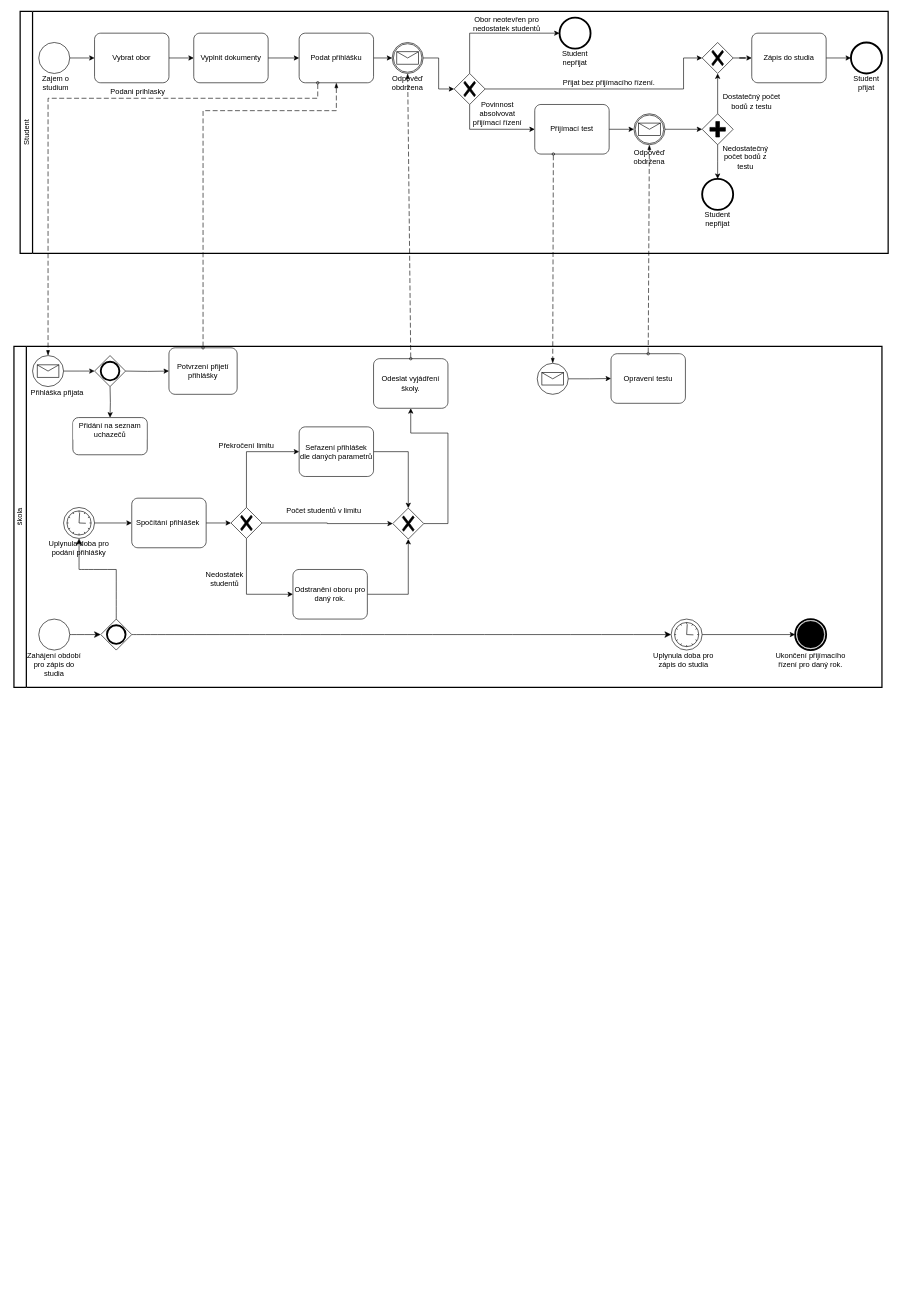
This is Process/Process.drawio from KristyFromEarth/UML, a draw.io file, before an edit. Source tidied: cells renumbered, new cells numbered last; positions are measured from the earlier drawing's top-left corner, leaving out a move shared by most shapes. Both pictures are drawn from the tidied source at 62%, with x=0, y=0 at pixel (1, 11).
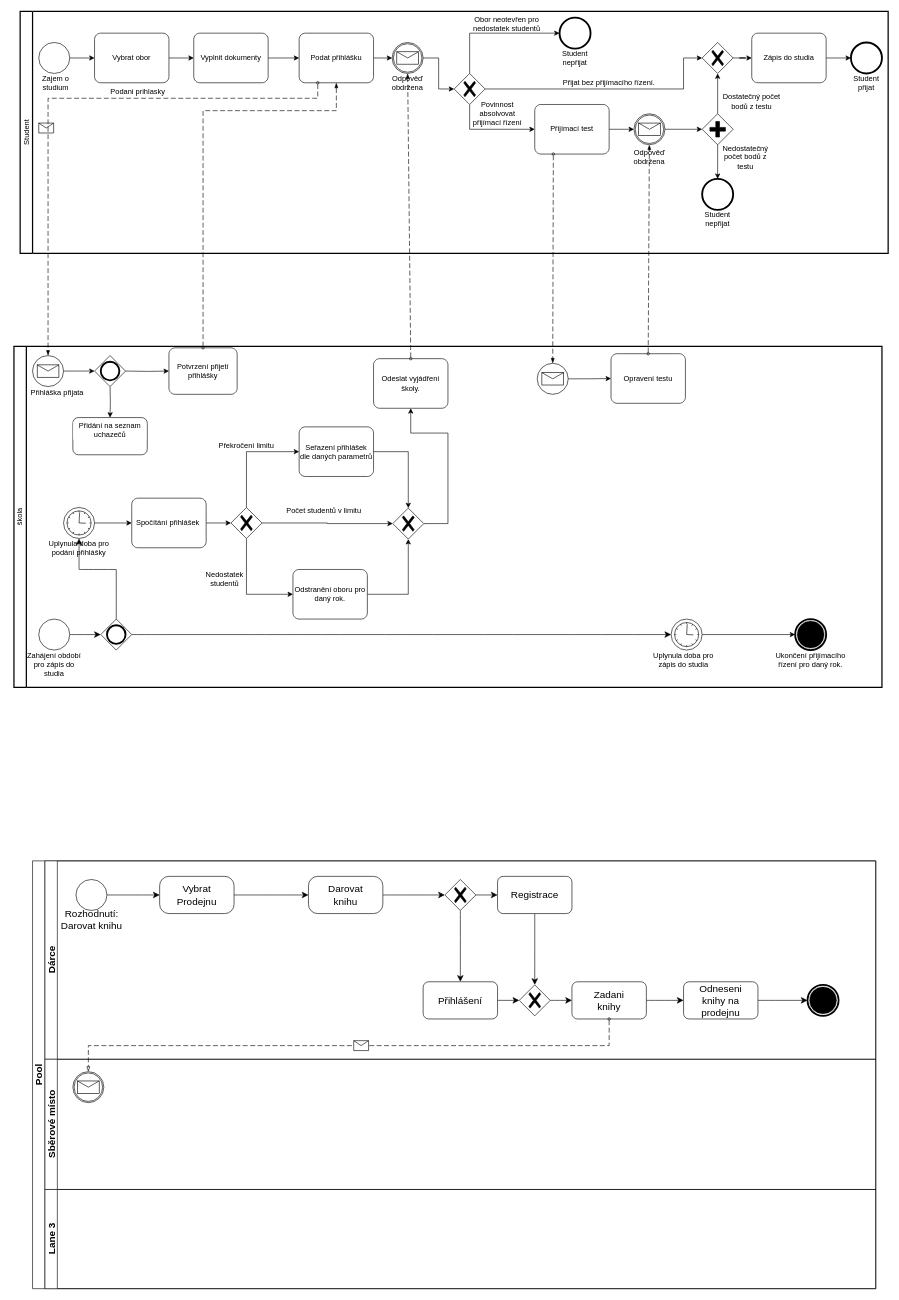
The same diagram, later.

Commit message:
Zacatek druheho ukolu Process.drawio

The change refers to these unchanged cells:
```xml
<mxCell id="2" style="swimlane;html=1;startSize=20;fontStyle=0;horizontal=0;swimlaneLine=1;swimlaneFillColor=#ffffff;strokeWidth=2;whiteSpace=wrap;" parent="1" vertex="1">
  <mxGeometry x="30" width="1400" height="390" as="geometry" />
</mxCell>
<mxCell id="13" value="Podat přihlášku" style="points=[[0.25,0,0],[0.5,0,0],[0.75,0,0],[1,0.25,0],[1,0.5,0],[1,0.75,0],[0.75,1,0],[0.5,1,0],[0.25,1,0],[0,0.75,0],[0,0.5,0],[0,0.25,0]];shape=mxgraph.bpmn.task;whiteSpace=wrap;rectStyle=rounded;size=10;html=1;taskMarker=abstract;" parent="2" vertex="1">
  <mxGeometry x="450" y="35" width="120" height="80" as="geometry" />
</mxCell>
<mxCell id="46" style="points=[[0.145,0.145,0],[0.5,0,0],[0.855,0.145,0],[1,0.5,0],[0.855,0.855,0],[0.5,1,0],[0.145,0.855,0],[0,0.5,0]];shape=mxgraph.bpmn.event;html=1;verticalLabelPosition=bottom;labelBackgroundColor=#ffffff;verticalAlign=top;align=center;perimeter=ellipsePerimeter;outlineConnect=0;outline=standard;symbol=message;" parent="44" vertex="1">
  <mxGeometry x="30" y="15" width="50" height="50" as="geometry" />
</mxCell>
```

The edit, as a diff of the source:
```diff
@@
+    <mxCell id="94" style="shape=message;html=1;labelPosition=left;verticalLabelPosition=middle;align=right;verticalAlign=middle;spacingRight=5;labelBackgroundColor=#ffffff;fontSize=16;" parent="2" vertex="1">
+      <mxGeometry x="30" y="180" width="24" height="16" as="geometry" />
+    </mxCell>
@@
-    <mxCell id="90" style="dashed=1;dashPattern=8 4;endArrow=blockThin;endFill=1;startArrow=oval;startFill=0;endSize=6;startSize=4;html=1;rounded=0;exitX=0.25;exitY=1;exitDx=0;exitDy=0;exitPerimeter=0;entryX=0.5;entryY=0;entryDx=0;entryDy=0;entryPerimeter=0;" parent="1" edge="1" source="13" target="46">
+    <mxCell id="90" style="dashed=1;dashPattern=8 4;endArrow=blockThin;endFill=1;startArrow=oval;startFill=0;endSize=6;startSize=4;html=1;rounded=0;entryX=0.5;entryY=0;entryDx=0;entryDy=0;entryPerimeter=0;exitX=0.25;exitY=1;exitDx=0;exitDy=0;exitPerimeter=0;edgeStyle=elbowEdgeStyle;elbow=vertical;" parent="1" edge="1" source="13" target="46">
       <mxGeometry relative="1" as="geometry">
         <Array as="points">
-          <mxPoint x="510" y="140" />
-          <mxPoint x="75" y="140" />
+          <mxPoint x="280" y="140" />
         </Array>
       </mxGeometry>
     </mxCell>
@@
+    <mxCell id="95" value="Pool" style="swimlane;html=1;horizontal=0;startSize=20;whiteSpace=wrap;fontSize=16;" parent="1" vertex="1">
+      <mxGeometry x="50" y="1370" width="1360" height="690" as="geometry" />
+    </mxCell>
+    <mxCell id="96" value="Dárce" style="swimlane;html=1;startSize=20;horizontal=0;fontSize=16;" parent="95" vertex="1">
+      <mxGeometry x="20" width="1340" height="320" as="geometry" />
+    </mxCell>
+    <mxCell id="97" style="edgeStyle=none;curved=1;rounded=0;jettySize=auto;html=1;fontSize=12;startSize=8;endSize=8;" parent="96" edge="1" source="98" target="101">
+      <mxGeometry relative="1" as="geometry" />
+    </mxCell>
+    <mxCell id="98" style="points=[[0.145,0.145,0],[0.5,0,0],[0.855,0.145,0],[1,0.5,0],[0.855,0.855,0],[0.5,1,0],[0.145,0.855,0],[0,0.5,0]];shape=mxgraph.bpmn.event;html=1;verticalLabelPosition=bottom;labelBackgroundColor=#ffffff;verticalAlign=top;align=center;perimeter=ellipsePerimeter;outlineConnect=0;outline=standard;symbol=general;fontSize=16;" parent="96" vertex="1">
+      <mxGeometry x="50" y="30" width="50" height="50" as="geometry" />
+    </mxCell>
+    <mxCell id="99" value="Rozhodnutí:&lt;br&gt;Darovat knihu" style="text;html=1;align=center;verticalAlign=middle;strokeColor=none;fillColor=none;fontSize=16;" parent="96" vertex="1">
+      <mxGeometry x="15" y="70" width="120" height="50" as="geometry" />
+    </mxCell>
+    <mxCell id="100" style="edgeStyle=none;curved=1;rounded=0;jettySize=auto;html=1;fontSize=12;startSize=8;endSize=8;" parent="96" edge="1" source="101" target="113">
+      <mxGeometry relative="1" as="geometry" />
+    </mxCell>
+    <mxCell id="101" style="rounded=1;whiteSpace=wrap;html=1;fontSize=16;verticalAlign=top;labelBackgroundColor=#ffffff;arcSize=25;" parent="96" vertex="1">
+      <mxGeometry x="185" y="25" width="120" height="60" as="geometry" />
+    </mxCell>
+    <mxCell id="102" value="Vybrat Prodejnu" style="text;html=1;strokeColor=none;fillColor=none;align=center;verticalAlign=middle;whiteSpace=wrap;rounded=0;fontSize=16;" parent="96" vertex="1">
+      <mxGeometry x="215" y="40" width="60" height="30" as="geometry" />
+    </mxCell>
+    <mxCell id="103" style="edgeStyle=none;curved=1;rounded=0;jettySize=auto;html=1;fontSize=12;startSize=8;endSize=8;" parent="96" edge="1" source="105" target="107">
+      <mxGeometry relative="1" as="geometry" />
+    </mxCell>
+    <mxCell id="104" style="edgeStyle=none;curved=1;rounded=0;jettySize=auto;html=1;fontSize=12;startSize=8;endSize=8;" parent="96" edge="1" source="105" target="110">
+      <mxGeometry relative="1" as="geometry" />
+    </mxCell>
+    <mxCell id="105" style="points=[[0.25,0.25,0],[0.5,0,0],[0.75,0.25,0],[1,0.5,0],[0.75,0.75,0],[0.5,1,0],[0.25,0.75,0],[0,0.5,0]];shape=mxgraph.bpmn.gateway2;html=1;verticalLabelPosition=bottom;labelBackgroundColor=#ffffff;verticalAlign=top;align=center;perimeter=rhombusPerimeter;outlineConnect=0;outline=none;symbol=none;gwType=exclusive;fontSize=16;" parent="96" vertex="1">
+      <mxGeometry x="645" y="30" width="50" height="50" as="geometry" />
+    </mxCell>
+    <mxCell id="106" style="edgeStyle=none;curved=1;rounded=0;jettySize=auto;html=1;entryX=0.5;entryY=0;entryDx=0;entryDy=0;entryPerimeter=0;fontSize=12;startSize=8;endSize=8;" parent="96" edge="1" source="107" target="116">
+      <mxGeometry relative="1" as="geometry" />
+    </mxCell>
+    <mxCell id="107" style="rounded=1;whiteSpace=wrap;html=1;fontSize=16;verticalAlign=top;labelBackgroundColor=#ffffff;" parent="96" vertex="1">
+      <mxGeometry x="730" y="25" width="120" height="60" as="geometry" />
+    </mxCell>
+    <mxCell id="108" value="Registrace" style="text;strokeColor=none;fillColor=none;html=1;align=center;verticalAlign=middle;whiteSpace=wrap;rounded=0;fontSize=16;" parent="96" vertex="1">
+      <mxGeometry x="760" y="40" width="60" height="30" as="geometry" />
+    </mxCell>
+    <mxCell id="109" style="edgeStyle=none;curved=1;rounded=0;jettySize=auto;html=1;entryX=0;entryY=0.5;entryDx=0;entryDy=0;entryPerimeter=0;fontSize=12;startSize=8;endSize=8;" parent="96" edge="1" source="110" target="116">
+      <mxGeometry relative="1" as="geometry" />
+    </mxCell>
+    <mxCell id="110" style="rounded=1;whiteSpace=wrap;html=1;fontSize=16;verticalAlign=top;labelBackgroundColor=#ffffff;" parent="96" vertex="1">
+      <mxGeometry x="610" y="195" width="120" height="60" as="geometry" />
+    </mxCell>
+    <mxCell id="111" value="Přihlášení" style="text;strokeColor=none;fillColor=none;html=1;align=center;verticalAlign=middle;whiteSpace=wrap;rounded=0;fontSize=16;" parent="96" vertex="1">
+      <mxGeometry x="640" y="215" width="60" height="20" as="geometry" />
+    </mxCell>
+    <mxCell id="112" style="edgeStyle=none;curved=1;rounded=0;jettySize=auto;html=1;entryX=0;entryY=0.5;entryDx=0;entryDy=0;entryPerimeter=0;fontSize=12;startSize=8;endSize=8;" parent="96" edge="1" source="113" target="105">
+      <mxGeometry relative="1" as="geometry" />
+    </mxCell>
+    <mxCell id="113" style="rounded=1;whiteSpace=wrap;html=1;fontSize=16;verticalAlign=top;labelBackgroundColor=#ffffff;arcSize=25;" parent="96" vertex="1">
+      <mxGeometry x="425" y="25" width="120" height="60" as="geometry" />
+    </mxCell>
+    <mxCell id="114" value="Darovat knihu" style="text;strokeColor=none;fillColor=none;html=1;align=center;verticalAlign=middle;whiteSpace=wrap;rounded=0;fontSize=16;" parent="96" vertex="1">
+      <mxGeometry x="455" y="40" width="60" height="30" as="geometry" />
+    </mxCell>
+    <mxCell id="115" style="edgeStyle=none;curved=1;rounded=0;jettySize=auto;html=1;fontSize=12;startSize=8;endSize=8;" parent="96" edge="1" source="116" target="118">
+      <mxGeometry relative="1" as="geometry" />
+    </mxCell>
+    <mxCell id="116" style="points=[[0.25,0.25,0],[0.5,0,0],[0.75,0.25,0],[1,0.5,0],[0.75,0.75,0],[0.5,1,0],[0.25,0.75,0],[0,0.5,0]];shape=mxgraph.bpmn.gateway2;html=1;verticalLabelPosition=bottom;labelBackgroundColor=#ffffff;verticalAlign=top;align=center;perimeter=rhombusPerimeter;outlineConnect=0;outline=none;symbol=none;gwType=exclusive;fontSize=16;" parent="96" vertex="1">
+      <mxGeometry x="765" y="200" width="50" height="50" as="geometry" />
+    </mxCell>
+    <mxCell id="117" style="edgeStyle=none;curved=1;rounded=0;jettySize=auto;html=1;fontSize=12;startSize=8;endSize=8;" parent="96" edge="1" source="118" target="121">
+      <mxGeometry relative="1" as="geometry" />
+    </mxCell>
+    <mxCell id="118" style="rounded=1;whiteSpace=wrap;html=1;fontSize=16;verticalAlign=top;labelBackgroundColor=#ffffff;" parent="96" vertex="1">
+      <mxGeometry x="850" y="195" width="120" height="60" as="geometry" />
+    </mxCell>
+    <mxCell id="119" value="Zadani knihy&lt;br&gt;" style="text;strokeColor=none;fillColor=none;html=1;align=center;verticalAlign=middle;whiteSpace=wrap;rounded=0;fontSize=16;" parent="96" vertex="1">
+      <mxGeometry x="880" y="210" width="60" height="30" as="geometry" />
+    </mxCell>
+    <mxCell id="120" style="edgeStyle=none;curved=1;rounded=0;jettySize=auto;html=1;entryX=0;entryY=0.5;entryDx=0;entryDy=0;entryPerimeter=0;fontSize=12;startSize=8;endSize=8;" parent="96" edge="1" source="121" target="123">
+      <mxGeometry relative="1" as="geometry" />
+    </mxCell>
+    <mxCell id="121" style="rounded=1;whiteSpace=wrap;html=1;fontSize=16;verticalAlign=top;labelBackgroundColor=#ffffff;" parent="96" vertex="1">
+      <mxGeometry x="1030" y="195" width="120" height="60" as="geometry" />
+    </mxCell>
+    <mxCell id="122" value="Odneseni knihy na prodejnu" style="text;strokeColor=none;fillColor=none;html=1;align=center;verticalAlign=middle;whiteSpace=wrap;rounded=0;fontSize=16;" parent="96" vertex="1">
+      <mxGeometry x="1060" y="210" width="60" height="30" as="geometry" />
+    </mxCell>
+    <mxCell id="123" style="points=[[0.145,0.145,0],[0.5,0,0],[0.855,0.145,0],[1,0.5,0],[0.855,0.855,0],[0.5,1,0],[0.145,0.855,0],[0,0.5,0]];shape=mxgraph.bpmn.event;html=1;verticalLabelPosition=bottom;labelBackgroundColor=#ffffff;verticalAlign=top;align=center;perimeter=ellipsePerimeter;outlineConnect=0;outline=end;symbol=terminate;fontSize=16;" parent="96" vertex="1">
+      <mxGeometry x="1230" y="200" width="50" height="50" as="geometry" />
+    </mxCell>
+    <mxCell id="124" value="Sběrové místo" style="swimlane;html=1;startSize=20;horizontal=0;fontSize=16;" parent="95" vertex="1">
+      <mxGeometry x="20" y="320" width="1340" height="210" as="geometry" />
+    </mxCell>
+    <mxCell id="125" style="points=[[0.145,0.145,0],[0.5,0,0],[0.855,0.145,0],[1,0.5,0],[0.855,0.855,0],[0.5,1,0],[0.145,0.855,0],[0,0.5,0]];shape=mxgraph.bpmn.event;html=1;verticalLabelPosition=bottom;labelBackgroundColor=#ffffff;verticalAlign=top;align=center;perimeter=ellipsePerimeter;outlineConnect=0;outline=catching;symbol=message;fontSize=16;" parent="124" vertex="1">
+      <mxGeometry x="45" y="20" width="50" height="50" as="geometry" />
+    </mxCell>
+    <mxCell id="126" value="Lane 3" style="swimlane;html=1;startSize=20;horizontal=0;fontSize=16;" parent="95" vertex="1">
+      <mxGeometry x="20" y="530" width="1340" height="160" as="geometry" />
+    </mxCell>
+    <mxCell id="127" style="endArrow=blockThin;html=1;labelPosition=left;verticalLabelPosition=middle;align=right;verticalAlign=middle;dashed=1;dashPattern=8 4;endFill=0;startArrow=oval;startFill=0;endSize=6;startSize=4;rounded=0;fontSize=12;exitX=0.5;exitY=1;exitDx=0;exitDy=0;edgeStyle=elbowEdgeStyle;elbow=vertical;entryX=0.5;entryY=0;entryDx=0;entryDy=0;entryPerimeter=0;" parent="95" edge="1" source="118" target="125">
+      <mxGeometry relative="1" as="geometry" />
+    </mxCell>
+    <mxCell id="128" style="shape=message;html=1;labelPosition=left;verticalLabelPosition=middle;align=right;verticalAlign=middle;spacingRight=5;labelBackgroundColor=#ffffff;fontSize=16;" parent="127" vertex="1">
+      <mxGeometry width="24" height="16" relative="1" as="geometry">
+        <mxPoint x="8" y="-8" as="offset" />
+      </mxGeometry>
+    </mxCell>
```
